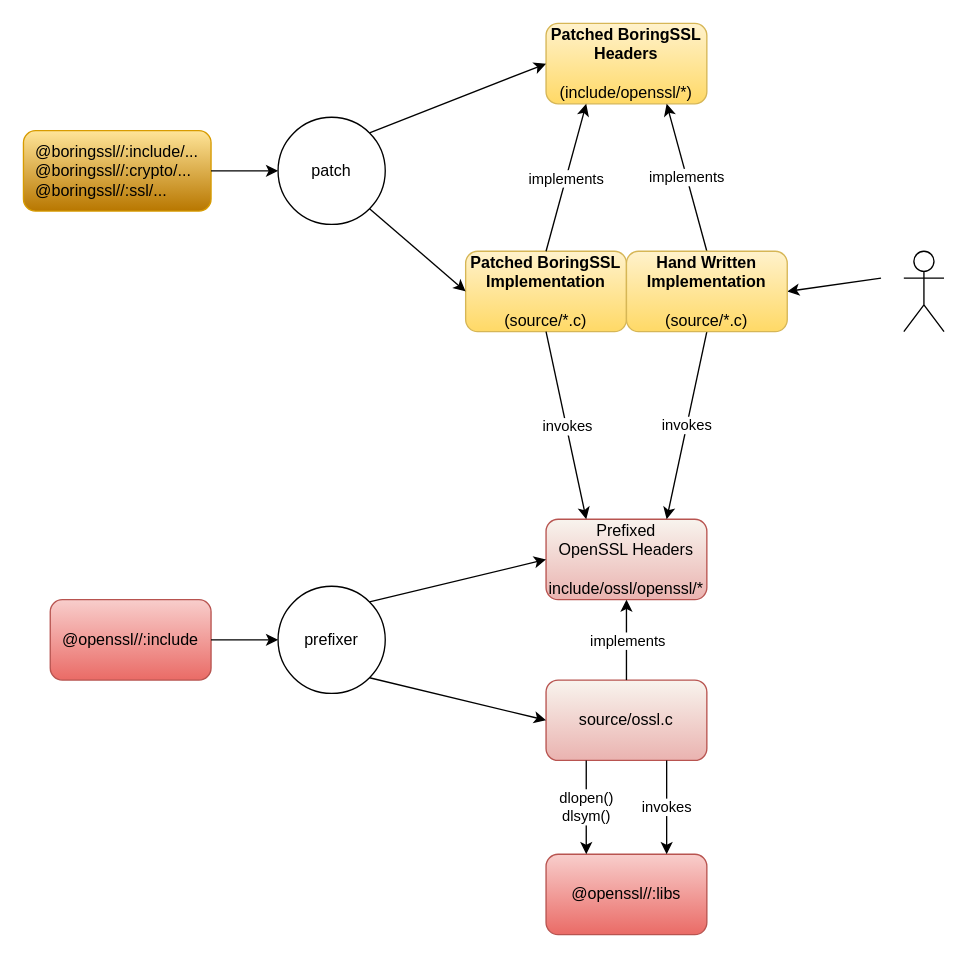
The draw.io diagram compat/openssl/bssl-compat-build.drawio in envoyproxy/envoy, before the edit. Source tidied: cells renumbered, new cells numbered last; positions are measured from the earlier drawing's top-left corner, leaving out a move shared by most shapes. Both pictures are drawn from the tidied source at 134%, with x=0, y=0 at pixel (23, 23).
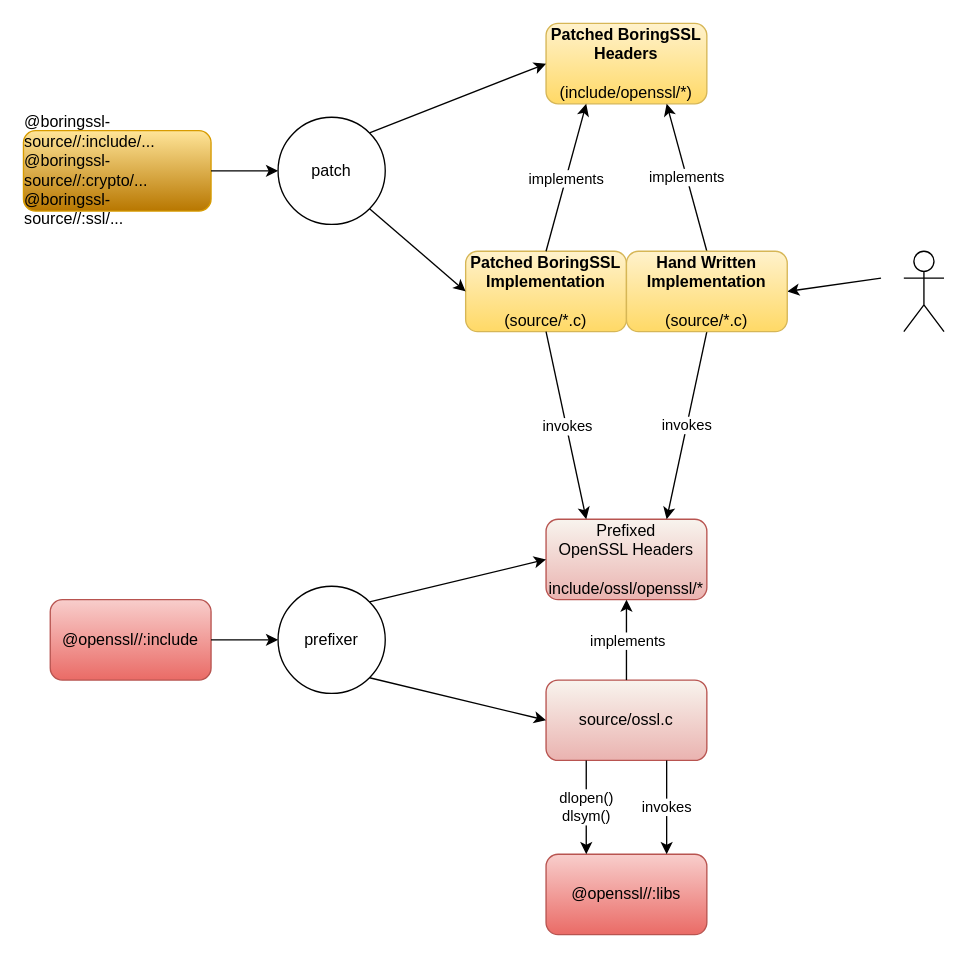
After the change.

Change to the diagram source:
```diff
@@
-    <mxCell id="3" value="&lt;div style=&quot;text-align: left;&quot;&gt;&lt;span style=&quot;background-color: transparent; color: rgb(0, 0, 0);&quot;&gt;@boringssl//:&lt;/span&gt;&lt;span style=&quot;background-color: transparent;&quot;&gt;include/...&lt;/span&gt;&lt;/div&gt;&lt;div style=&quot;text-align: left;&quot;&gt;&lt;span style=&quot;color: rgb(0, 0, 0);&quot;&gt;@boringssl//:crypto/...&lt;/span&gt;&lt;/div&gt;&lt;div style=&quot;text-align: left;&quot;&gt;&lt;span style=&quot;color: rgb(0, 0, 0);&quot;&gt;@boringssl//:ssl/...&lt;/span&gt;&lt;span style=&quot;color: rgb(0, 0, 0);&quot;&gt;&lt;/span&gt;&lt;/div&gt;" style="rounded=1;whiteSpace=wrap;html=1;fillColor=#FFE599;gradientColor=#B87700;strokeColor=#d79b00;" parent="1" vertex="1">
+    <mxCell id="3" value="&lt;div style=&quot;text-align: left;&quot;&gt;&lt;span style=&quot;background-color: transparent; color: rgb(0, 0, 0);&quot;&gt;@boringssl-source//:&lt;/span&gt;&lt;span style=&quot;background-color: transparent;&quot;&gt;include/...&lt;/span&gt;&lt;/div&gt;&lt;div style=&quot;text-align: left;&quot;&gt;&lt;span style=&quot;color: rgb(0, 0, 0);&quot;&gt;@boringssl-source//:crypto/...&lt;/span&gt;&lt;/div&gt;&lt;div style=&quot;text-align: left;&quot;&gt;&lt;span style=&quot;color: rgb(0, 0, 0);&quot;&gt;@boringssl-source//:ssl/...&lt;/span&gt;&lt;span style=&quot;color: rgb(0, 0, 0);&quot;&gt;&lt;/span&gt;&lt;/div&gt;" style="rounded=1;whiteSpace=wrap;html=1;fillColor=#FFE599;gradientColor=#B87700;strokeColor=#d79b00;" parent="1" vertex="1">
       <mxGeometry y="80" width="140" height="60" as="geometry" />
     </mxCell>
```
